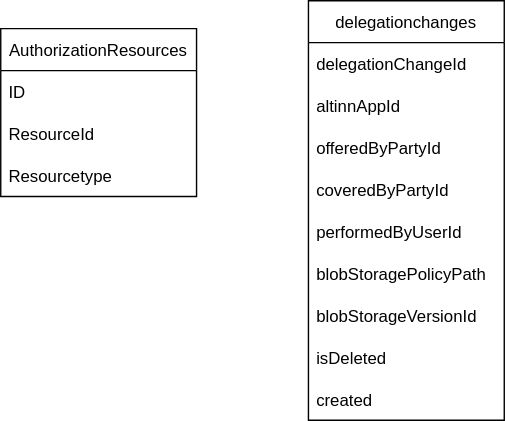
Earlier version of the draw.io export content/technology/architecture/components/application/construction/altinn-platform/authorization/accessmanagment/dbmodel.drawio.svg (Altinn/altinn-studio-docs). Source tidied: cells renumbered, new cells last; positions are measured from the earlier drawing's top-left corner, leaving out a move shared by most shapes. Its diagram source:
```xml
<mxGraphModel>
  <root>
    <mxCell id="0" />
    <mxCell id="1" parent="0" />
    <mxCell id="2" value="delegationchanges" style="swimlane;fontStyle=0;horizontal=1;startSize=30;" parent="1" vertex="1">
      <mxGeometry x="220" width="140" height="300" as="geometry" />
    </mxCell>
    <mxCell id="3" value="delegationChangeId" style="text;strokeColor=none;fillColor=none;align=left;verticalAlign=middle;spacingLeft=4;spacingRight=4;overflow=hidden;" parent="2" vertex="1">
      <mxGeometry y="30" width="140" height="30" as="geometry" />
    </mxCell>
    <mxCell id="4" value="altinnAppId" style="text;strokeColor=none;fillColor=none;align=left;verticalAlign=middle;spacingLeft=4;spacingRight=4;overflow=hidden;" parent="2" vertex="1">
      <mxGeometry y="60" width="140" height="30" as="geometry" />
    </mxCell>
    <mxCell id="5" value="offeredByPartyId                " style="text;strokeColor=none;fillColor=none;align=left;verticalAlign=middle;spacingLeft=4;spacingRight=4;overflow=hidden;" parent="2" vertex="1">
      <mxGeometry y="90" width="140" height="30" as="geometry" />
    </mxCell>
    <mxCell id="6" value="coveredByPartyId" style="text;strokeColor=none;fillColor=none;align=left;verticalAlign=middle;spacingLeft=4;spacingRight=4;overflow=hidden;" parent="2" vertex="1">
      <mxGeometry y="120" width="140" height="30" as="geometry" />
    </mxCell>
    <mxCell id="7" value="performedByUserId" style="text;strokeColor=none;fillColor=none;align=left;verticalAlign=middle;spacingLeft=4;spacingRight=4;overflow=hidden;" parent="2" vertex="1">
      <mxGeometry y="150" width="140" height="30" as="geometry" />
    </mxCell>
    <mxCell id="8" value="blobStoragePolicyPath" style="text;strokeColor=none;fillColor=none;align=left;verticalAlign=middle;spacingLeft=4;spacingRight=4;overflow=hidden;" parent="2" vertex="1">
      <mxGeometry y="180" width="140" height="30" as="geometry" />
    </mxCell>
    <mxCell id="9" value="blobStorageVersionId" style="text;strokeColor=none;fillColor=none;align=left;verticalAlign=middle;spacingLeft=4;spacingRight=4;overflow=hidden;" parent="2" vertex="1">
      <mxGeometry y="210" width="140" height="30" as="geometry" />
    </mxCell>
    <mxCell id="10" value="isDeleted" style="text;strokeColor=none;fillColor=none;align=left;verticalAlign=middle;spacingLeft=4;spacingRight=4;overflow=hidden;" parent="2" vertex="1">
      <mxGeometry y="240" width="140" height="30" as="geometry" />
    </mxCell>
    <mxCell id="11" value="created" style="text;strokeColor=none;fillColor=none;align=left;verticalAlign=middle;spacingLeft=4;spacingRight=4;overflow=hidden;" parent="2" vertex="1">
      <mxGeometry y="270" width="140" height="30" as="geometry" />
    </mxCell>
    <mxCell id="12" value="AuthorizationResources" style="swimlane;fontStyle=0;horizontal=1;startSize=30;" parent="1" vertex="1">
      <mxGeometry y="20" width="140" height="120" as="geometry" />
    </mxCell>
    <mxCell id="13" value="ID" style="text;strokeColor=none;fillColor=none;align=left;verticalAlign=middle;spacingLeft=4;spacingRight=4;overflow=hidden;points=[[0,0.5],[1,0.5]];portConstraint=eastwest;" parent="12" vertex="1">
      <mxGeometry y="30" width="140" height="30" as="geometry" />
    </mxCell>
    <mxCell id="14" value="ResourceId" style="text;strokeColor=none;fillColor=none;align=left;verticalAlign=middle;spacingLeft=4;spacingRight=4;overflow=hidden;" parent="12" vertex="1">
      <mxGeometry y="60" width="140" height="30" as="geometry" />
    </mxCell>
    <mxCell id="15" value="Resourcetype" style="text;strokeColor=none;fillColor=none;align=left;verticalAlign=middle;spacingLeft=4;spacingRight=4;overflow=hidden;" parent="12" vertex="1">
      <mxGeometry y="90" width="140" height="30" as="geometry" />
    </mxCell>
  </root>
</mxGraphModel>
```
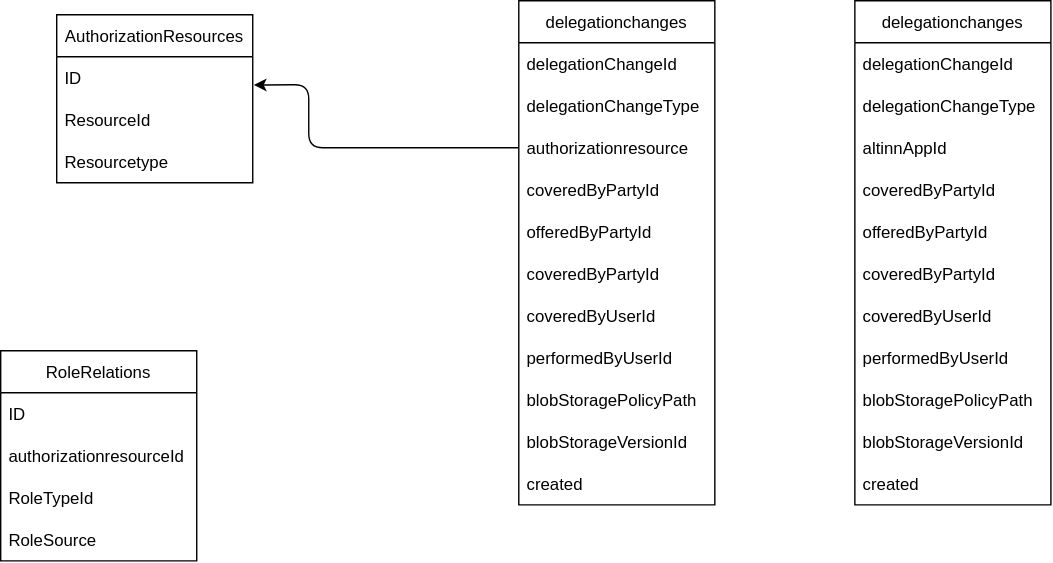
Later version of the same file.

Change to the diagram source:
```diff
@@ -2,36 +2,6 @@
   <root>
     <mxCell id="0" />
     <mxCell id="1" parent="0" />
-    <mxCell id="2" value="delegationchanges" style="swimlane;fontStyle=0;horizontal=1;startSize=30;" parent="1" vertex="1">
-      <mxGeometry x="220" width="140" height="300" as="geometry" />
-    </mxCell>
-    <mxCell id="3" value="delegationChangeId" style="text;strokeColor=none;fillColor=none;align=left;verticalAlign=middle;spacingLeft=4;spacingRight=4;overflow=hidden;" parent="2" vertex="1">
-      <mxGeometry y="30" width="140" height="30" as="geometry" />
-    </mxCell>
-    <mxCell id="4" value="altinnAppId" style="text;strokeColor=none;fillColor=none;align=left;verticalAlign=middle;spacingLeft=4;spacingRight=4;overflow=hidden;" parent="2" vertex="1">
-      <mxGeometry y="60" width="140" height="30" as="geometry" />
-    </mxCell>
-    <mxCell id="5" value="offeredByPartyId                " style="text;strokeColor=none;fillColor=none;align=left;verticalAlign=middle;spacingLeft=4;spacingRight=4;overflow=hidden;" parent="2" vertex="1">
-      <mxGeometry y="90" width="140" height="30" as="geometry" />
-    </mxCell>
-    <mxCell id="6" value="coveredByPartyId" style="text;strokeColor=none;fillColor=none;align=left;verticalAlign=middle;spacingLeft=4;spacingRight=4;overflow=hidden;" parent="2" vertex="1">
-      <mxGeometry y="120" width="140" height="30" as="geometry" />
-    </mxCell>
-    <mxCell id="7" value="performedByUserId" style="text;strokeColor=none;fillColor=none;align=left;verticalAlign=middle;spacingLeft=4;spacingRight=4;overflow=hidden;" parent="2" vertex="1">
-      <mxGeometry y="150" width="140" height="30" as="geometry" />
-    </mxCell>
-    <mxCell id="8" value="blobStoragePolicyPath" style="text;strokeColor=none;fillColor=none;align=left;verticalAlign=middle;spacingLeft=4;spacingRight=4;overflow=hidden;" parent="2" vertex="1">
-      <mxGeometry y="180" width="140" height="30" as="geometry" />
-    </mxCell>
-    <mxCell id="9" value="blobStorageVersionId" style="text;strokeColor=none;fillColor=none;align=left;verticalAlign=middle;spacingLeft=4;spacingRight=4;overflow=hidden;" parent="2" vertex="1">
-      <mxGeometry y="210" width="140" height="30" as="geometry" />
-    </mxCell>
-    <mxCell id="10" value="isDeleted" style="text;strokeColor=none;fillColor=none;align=left;verticalAlign=middle;spacingLeft=4;spacingRight=4;overflow=hidden;" parent="2" vertex="1">
-      <mxGeometry y="240" width="140" height="30" as="geometry" />
-    </mxCell>
-    <mxCell id="11" value="created" style="text;strokeColor=none;fillColor=none;align=left;verticalAlign=middle;spacingLeft=4;spacingRight=4;overflow=hidden;" parent="2" vertex="1">
-      <mxGeometry y="270" width="140" height="30" as="geometry" />
-    </mxCell>
     <mxCell id="12" value="AuthorizationResources" style="swimlane;fontStyle=0;horizontal=1;startSize=30;" parent="1" vertex="1">
       <mxGeometry y="20" width="140" height="120" as="geometry" />
     </mxCell>
@@ -44,5 +14,100 @@
     <mxCell id="15" value="Resourcetype" style="text;strokeColor=none;fillColor=none;align=left;verticalAlign=middle;spacingLeft=4;spacingRight=4;overflow=hidden;" parent="12" vertex="1">
       <mxGeometry y="90" width="140" height="30" as="geometry" />
     </mxCell>
+    <mxCell id="16" value="RoleRelations" style="swimlane;fontStyle=0;horizontal=1;startSize=30;" parent="1" vertex="1">
+      <mxGeometry x="-40" y="260" width="140" height="150" as="geometry" />
+    </mxCell>
+    <mxCell id="17" value="ID" style="text;strokeColor=none;fillColor=none;align=left;verticalAlign=middle;spacingLeft=4;spacingRight=4;overflow=hidden;" parent="16" vertex="1">
+      <mxGeometry y="30" width="140" height="30" as="geometry" />
+    </mxCell>
+    <mxCell id="18" value="authorizationresourceId" style="text;strokeColor=none;fillColor=none;align=left;verticalAlign=middle;spacingLeft=4;spacingRight=4;overflow=hidden;" parent="16" vertex="1">
+      <mxGeometry y="60" width="140" height="30" as="geometry" />
+    </mxCell>
+    <mxCell id="19" value="RoleTypeId" style="text;strokeColor=none;fillColor=none;align=left;verticalAlign=middle;spacingLeft=4;spacingRight=4;overflow=hidden;" parent="16" vertex="1">
+      <mxGeometry y="90" width="140" height="30" as="geometry" />
+    </mxCell>
+    <mxCell id="20" value="RoleSource" style="text;strokeColor=none;fillColor=none;align=left;verticalAlign=middle;spacingLeft=4;spacingRight=4;overflow=hidden;" parent="16" vertex="1">
+      <mxGeometry y="120" width="140" height="30" as="geometry" />
+    </mxCell>
+    <mxCell id="21" value="delegationchanges" style="swimlane;fontStyle=0;horizontal=1;startSize=30;" parent="1" vertex="1">
+      <mxGeometry x="570" y="10" width="140" height="360" as="geometry" />
+    </mxCell>
+    <mxCell id="22" value="delegationChangeId" style="text;strokeColor=none;fillColor=none;align=left;verticalAlign=middle;spacingLeft=4;spacingRight=4;overflow=hidden;" parent="21" vertex="1">
+      <mxGeometry y="30" width="140" height="30" as="geometry" />
+    </mxCell>
+    <mxCell id="23" value="delegationChangeType" style="text;strokeColor=none;fillColor=none;align=left;verticalAlign=middle;spacingLeft=4;spacingRight=4;overflow=hidden;" parent="21" vertex="1">
+      <mxGeometry y="60" width="140" height="30" as="geometry" />
+    </mxCell>
+    <mxCell id="4" value=" altinnAppId" style="text;strokeColor=none;fillColor=none;align=left;verticalAlign=middle;spacingLeft=4;spacingRight=4;overflow=hidden;" parent="21" vertex="1">
+      <mxGeometry y="90" width="140" height="30" as="geometry" />
+    </mxCell>
+    <mxCell id="24" value="coveredByPartyId" style="text;strokeColor=none;fillColor=none;align=left;verticalAlign=middle;spacingLeft=4;spacingRight=4;overflow=hidden;" parent="21" vertex="1">
+      <mxGeometry y="120" width="140" height="30" as="geometry" />
+    </mxCell>
+    <mxCell id="25" value="offeredByPartyId" style="text;strokeColor=none;fillColor=none;align=left;verticalAlign=middle;spacingLeft=4;spacingRight=4;overflow=hidden;" parent="21" vertex="1">
+      <mxGeometry y="150" width="140" height="30" as="geometry" />
+    </mxCell>
+    <mxCell id="26" value="coveredByPartyId" style="text;strokeColor=none;fillColor=none;align=left;verticalAlign=middle;spacingLeft=4;spacingRight=4;overflow=hidden;" parent="21" vertex="1">
+      <mxGeometry y="180" width="140" height="30" as="geometry" />
+    </mxCell>
+    <mxCell id="27" value="coveredByUserId" style="text;strokeColor=none;fillColor=none;align=left;verticalAlign=middle;spacingLeft=4;spacingRight=4;overflow=hidden;" parent="21" vertex="1">
+      <mxGeometry y="210" width="140" height="30" as="geometry" />
+    </mxCell>
+    <mxCell id="28" value="performedByUserId" style="text;strokeColor=none;fillColor=none;align=left;verticalAlign=middle;spacingLeft=4;spacingRight=4;overflow=hidden;" parent="21" vertex="1">
+      <mxGeometry y="240" width="140" height="30" as="geometry" />
+    </mxCell>
+    <mxCell id="29" value="blobStoragePolicyPath" style="text;strokeColor=none;fillColor=none;align=left;verticalAlign=middle;spacingLeft=4;spacingRight=4;overflow=hidden;" parent="21" vertex="1">
+      <mxGeometry y="270" width="140" height="30" as="geometry" />
+    </mxCell>
+    <mxCell id="30" value="blobStorageVersionId " style="text;strokeColor=none;fillColor=none;align=left;verticalAlign=middle;spacingLeft=4;spacingRight=4;overflow=hidden;" parent="21" vertex="1">
+      <mxGeometry y="300" width="140" height="30" as="geometry" />
+    </mxCell>
+    <mxCell id="31" value="created " style="text;strokeColor=none;fillColor=none;align=left;verticalAlign=middle;spacingLeft=4;spacingRight=4;overflow=hidden;" parent="21" vertex="1">
+      <mxGeometry y="330" width="140" height="30" as="geometry" />
+    </mxCell>
+    <mxCell id="32" style="edgeStyle=none;html=1;entryX=1.006;entryY=0.672;entryDx=0;entryDy=0;entryPerimeter=0;exitX=0;exitY=0.5;exitDx=0;exitDy=0;" parent="1" edge="1" source="36" target="13">
+      <mxGeometry relative="1" as="geometry">
+        <Array as="points">
+          <mxPoint x="180" y="115" />
+          <mxPoint x="180" y="70" />
+        </Array>
+      </mxGeometry>
+    </mxCell>
+    <mxCell id="33" value="delegationchanges" style="swimlane;fontStyle=0;horizontal=1;startSize=30;" parent="1" vertex="1">
+      <mxGeometry x="330" y="10" width="140" height="360" as="geometry" />
+    </mxCell>
+    <mxCell id="34" value="delegationChangeId" style="text;strokeColor=none;fillColor=none;align=left;verticalAlign=middle;spacingLeft=4;spacingRight=4;overflow=hidden;" parent="33" vertex="1">
+      <mxGeometry y="30" width="140" height="30" as="geometry" />
+    </mxCell>
+    <mxCell id="35" value="delegationChangeType" style="text;strokeColor=none;fillColor=none;align=left;verticalAlign=middle;spacingLeft=4;spacingRight=4;overflow=hidden;" parent="33" vertex="1">
+      <mxGeometry y="60" width="140" height="30" as="geometry" />
+    </mxCell>
+    <mxCell id="36" value=" authorizationresource" style="text;strokeColor=none;fillColor=none;align=left;verticalAlign=middle;spacingLeft=4;spacingRight=4;overflow=hidden;points=[[0,0.5],[1,0.5]];portConstraint=eastwest;" parent="33" vertex="1">
+      <mxGeometry y="90" width="140" height="30" as="geometry" />
+    </mxCell>
+    <mxCell id="37" value="coveredByPartyId" style="text;strokeColor=none;fillColor=none;align=left;verticalAlign=middle;spacingLeft=4;spacingRight=4;overflow=hidden;" parent="33" vertex="1">
+      <mxGeometry y="120" width="140" height="30" as="geometry" />
+    </mxCell>
+    <mxCell id="38" value="offeredByPartyId" style="text;strokeColor=none;fillColor=none;align=left;verticalAlign=middle;spacingLeft=4;spacingRight=4;overflow=hidden;" parent="33" vertex="1">
+      <mxGeometry y="150" width="140" height="30" as="geometry" />
+    </mxCell>
+    <mxCell id="39" value="coveredByPartyId" style="text;strokeColor=none;fillColor=none;align=left;verticalAlign=middle;spacingLeft=4;spacingRight=4;overflow=hidden;" parent="33" vertex="1">
+      <mxGeometry y="180" width="140" height="30" as="geometry" />
+    </mxCell>
+    <mxCell id="40" value="coveredByUserId" style="text;strokeColor=none;fillColor=none;align=left;verticalAlign=middle;spacingLeft=4;spacingRight=4;overflow=hidden;" parent="33" vertex="1">
+      <mxGeometry y="210" width="140" height="30" as="geometry" />
+    </mxCell>
+    <mxCell id="41" value="performedByUserId" style="text;strokeColor=none;fillColor=none;align=left;verticalAlign=middle;spacingLeft=4;spacingRight=4;overflow=hidden;" parent="33" vertex="1">
+      <mxGeometry y="240" width="140" height="30" as="geometry" />
+    </mxCell>
+    <mxCell id="42" value="blobStoragePolicyPath" style="text;strokeColor=none;fillColor=none;align=left;verticalAlign=middle;spacingLeft=4;spacingRight=4;overflow=hidden;" parent="33" vertex="1">
+      <mxGeometry y="270" width="140" height="30" as="geometry" />
+    </mxCell>
+    <mxCell id="43" value="blobStorageVersionId " style="text;strokeColor=none;fillColor=none;align=left;verticalAlign=middle;spacingLeft=4;spacingRight=4;overflow=hidden;" parent="33" vertex="1">
+      <mxGeometry y="300" width="140" height="30" as="geometry" />
+    </mxCell>
+    <mxCell id="44" value="created " style="text;strokeColor=none;fillColor=none;align=left;verticalAlign=middle;spacingLeft=4;spacingRight=4;overflow=hidden;" parent="33" vertex="1">
+      <mxGeometry y="330" width="140" height="30" as="geometry" />
+    </mxCell>
   </root>
 </mxGraphModel>
```
